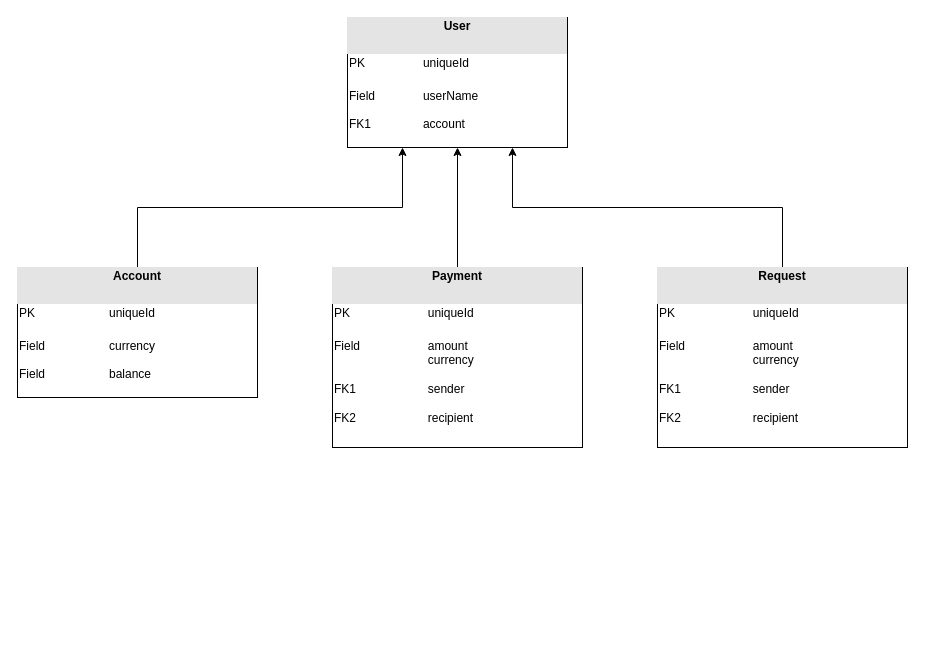
Before: online-payment-system-entity-uml.drawio in samuelwithey/web-apps-services, a draw.io diagram. Source tidied: cells renumbered, new cells numbered last; positions are measured from the earlier drawing's top-left corner, leaving out a move shared by most shapes. Both pictures are drawn from the tidied source at 100%, with x=0, y=0 at pixel (17, 17).
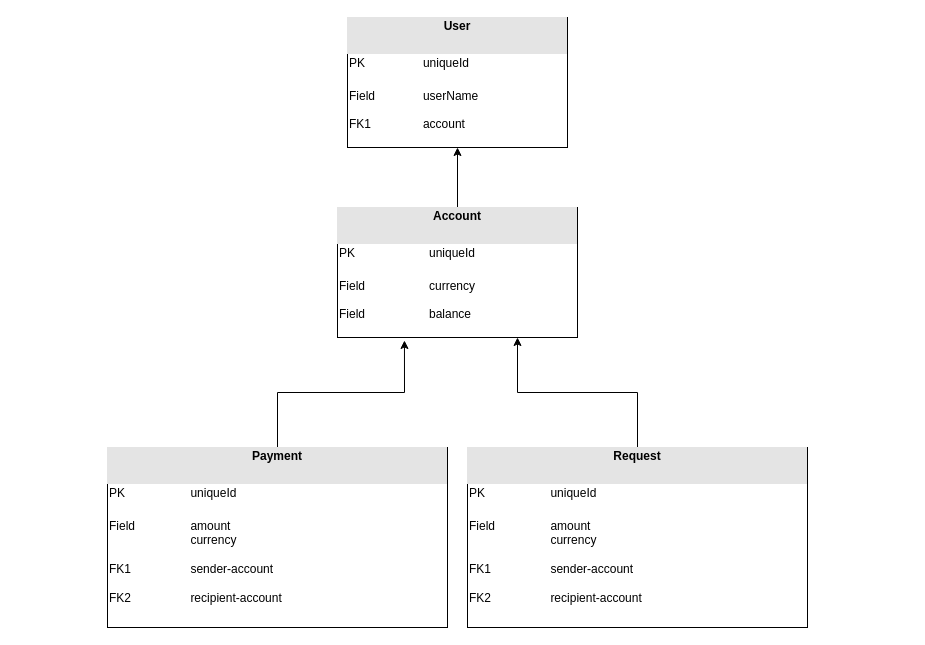
The same page after the edit.

Diff of the diagram source:
```diff
@@
 <mxGraphModel>
   <root>
     <mxCell id="0" />
     <mxCell id="1" parent="0" />
-    <mxCell id="2" style="edgeStyle=orthogonalEdgeStyle;rounded=0;jettySize=auto;html=1;exitX=0.5;exitY=0;exitDx=0;exitDy=0;entryX=0.25;entryY=1;entryDx=0;entryDy=0;" parent="1" edge="1" source="3" target="6">
+    <mxCell id="2" style="edgeStyle=orthogonalEdgeStyle;rounded=0;jettySize=auto;html=1;exitX=0.5;exitY=0;exitDx=0;exitDy=0;entryX=0.5;entryY=1;entryDx=0;entryDy=0;" parent="1" edge="1" source="3" target="6">
       <mxGeometry relative="1" as="geometry" />
     </mxCell>
     <mxCell id="3" value="&lt;div style=&quot;text-align: center ; box-sizing: border-box ; width: 100% ; background: rgb(228 , 228 , 228) ; padding: 2px&quot;&gt;&lt;b&gt;Account&lt;/b&gt;&lt;/div&gt;&lt;div style=&quot;box-sizing: border-box ; width: 100% ; background: #e4e4e4 ; padding: 2px&quot;&gt;&lt;br&gt;&lt;/div&gt;&lt;table style=&quot;width: 100% ; font-size: 1em&quot; cellpadding=&quot;2&quot; cellspacing=&quot;0&quot;&gt;&lt;tbody&gt;&lt;tr&gt;&lt;td&gt;PK&lt;/td&gt;&lt;td&gt;uniqueId&lt;br&gt;&lt;/td&gt;&lt;/tr&gt;&lt;tr&gt;&lt;td&gt;&lt;br&gt;Field&lt;br&gt;&lt;br&gt;Field&lt;/td&gt;&lt;td&gt;&lt;br&gt;currency&lt;br&gt;&lt;br&gt;balance&lt;br&gt;&lt;/td&gt;&lt;/tr&gt;&lt;/tbody&gt;&lt;/table&gt;" style="verticalAlign=top;align=left;overflow=fill;html=1;shadow=0;" parent="1" vertex="1">
-      <mxGeometry y="250" width="240" height="130" as="geometry" />
+      <mxGeometry x="320" y="190" width="240" height="130" as="geometry" />
     </mxCell>
-    <mxCell id="4" style="edgeStyle=orthogonalEdgeStyle;rounded=0;jettySize=auto;html=1;exitX=0.5;exitY=0;exitDx=0;exitDy=0;entryX=0.5;entryY=1;entryDx=0;entryDy=0;" parent="1" edge="1" source="5" target="6">
-      <mxGeometry relative="1" as="geometry" />
-    </mxCell>
+    <mxCell id="9" style="edgeStyle=orthogonalEdgeStyle;rounded=0;jettySize=auto;html=1;exitX=0.5;exitY=0;exitDx=0;exitDy=0;entryX=0.279;entryY=1.023;entryDx=0;entryDy=0;entryPerimeter=0;" parent="1" edge="1" source="5" target="3">
+      <mxGeometry relative="1" as="geometry" />
+    </mxCell>
-    <mxCell id="5" value="&lt;div style=&quot;text-align: center ; box-sizing: border-box ; width: 100% ; background: rgb(228 , 228 , 228) ; padding: 2px&quot;&gt;&lt;b&gt;Payment&lt;/b&gt;&lt;/div&gt;&lt;div style=&quot;box-sizing: border-box ; width: 100% ; background: #e4e4e4 ; padding: 2px&quot;&gt;&lt;br&gt;&lt;/div&gt;&lt;table style=&quot;width: 100% ; font-size: 1em&quot; cellpadding=&quot;2&quot; cellspacing=&quot;0&quot;&gt;&lt;tbody&gt;&lt;tr&gt;&lt;td&gt;PK&lt;/td&gt;&lt;td&gt;uniqueId&lt;br&gt;&lt;/td&gt;&lt;/tr&gt;&lt;tr&gt;&lt;td&gt;&lt;br&gt;Field&lt;br&gt;&lt;br&gt;&lt;br&gt;FK1&lt;br&gt;&lt;br&gt;FK2&lt;/td&gt;&lt;td&gt;&lt;br&gt;amount&lt;br&gt;currency&lt;br&gt;&lt;br&gt;sender&lt;br&gt;&lt;br&gt;recipient&lt;/td&gt;&lt;/tr&gt;&lt;tr&gt;&lt;td&gt;&lt;/td&gt;&lt;td&gt;&lt;br&gt;&lt;/td&gt;&lt;/tr&gt;&lt;/tbody&gt;&lt;/table&gt;" style="verticalAlign=top;align=left;overflow=fill;html=1;shadow=0;" parent="1" vertex="1">
-      <mxGeometry x="315" y="250" width="250" height="180" as="geometry" />
+    <mxCell id="5" value="&lt;div style=&quot;text-align: center ; box-sizing: border-box ; width: 100% ; background: rgb(228 , 228 , 228) ; padding: 2px&quot;&gt;&lt;b&gt;Payment&lt;/b&gt;&lt;/div&gt;&lt;div style=&quot;box-sizing: border-box ; width: 100% ; background: #e4e4e4 ; padding: 2px&quot;&gt;&lt;br&gt;&lt;/div&gt;&lt;table style=&quot;width: 100% ; font-size: 1em&quot; cellpadding=&quot;2&quot; cellspacing=&quot;0&quot;&gt;&lt;tbody&gt;&lt;tr&gt;&lt;td&gt;PK&lt;/td&gt;&lt;td&gt;uniqueId&lt;br&gt;&lt;/td&gt;&lt;/tr&gt;&lt;tr&gt;&lt;td&gt;&lt;br&gt;Field&lt;br&gt;&lt;br&gt;&lt;br&gt;FK1&lt;br&gt;&lt;br&gt;FK2&lt;/td&gt;&lt;td&gt;&lt;br&gt;amount&lt;br&gt;currency&lt;br&gt;&lt;br&gt;sender-account&lt;br&gt;&lt;br&gt;recipient-account&lt;/td&gt;&lt;/tr&gt;&lt;tr&gt;&lt;td&gt;&lt;/td&gt;&lt;td&gt;&lt;br&gt;&lt;/td&gt;&lt;/tr&gt;&lt;/tbody&gt;&lt;/table&gt;" style="verticalAlign=top;align=left;overflow=fill;html=1;shadow=0;" parent="1" vertex="1">
+      <mxGeometry x="90" y="430" width="340" height="180" as="geometry" />
     </mxCell>
     <mxCell id="6" value="&lt;div style=&quot;text-align: center ; box-sizing: border-box ; width: 100% ; background: rgb(228 , 228 , 228) ; padding: 2px&quot;&gt;&lt;b&gt;User&lt;/b&gt;&lt;/div&gt;&lt;div style=&quot;box-sizing: border-box ; width: 100% ; background: #e4e4e4 ; padding: 2px&quot;&gt;&lt;br&gt;&lt;/div&gt;&lt;table style=&quot;width: 100% ; font-size: 1em&quot; cellpadding=&quot;2&quot; cellspacing=&quot;0&quot;&gt;&lt;tbody&gt;&lt;tr&gt;&lt;td&gt;PK&lt;/td&gt;&lt;td&gt;uniqueId&lt;br&gt;&lt;/td&gt;&lt;/tr&gt;&lt;tr&gt;&lt;td&gt;&lt;br&gt;Field&lt;br&gt;&lt;br&gt;FK1&lt;/td&gt;&lt;td&gt;&lt;br&gt;userName&lt;br&gt;&lt;br&gt;account&lt;/td&gt;&lt;/tr&gt;&lt;tr&gt;&lt;td&gt;&lt;/td&gt;&lt;td&gt;&lt;br&gt;&lt;/td&gt;&lt;/tr&gt;&lt;/tbody&gt;&lt;/table&gt;" style="verticalAlign=top;align=left;overflow=fill;html=1;shadow=0;" parent="1" vertex="1">
       <mxGeometry x="330" width="220" height="130" as="geometry" />
     </mxCell>
-    <mxCell id="7" style="edgeStyle=orthogonalEdgeStyle;rounded=0;jettySize=auto;html=1;exitX=0.5;exitY=0;exitDx=0;exitDy=0;entryX=0.75;entryY=1;entryDx=0;entryDy=0;" parent="1" edge="1" source="8" target="6">
-      <mxGeometry relative="1" as="geometry" />
-    </mxCell>
-    <mxCell id="8" value="&lt;div style=&quot;text-align: center ; box-sizing: border-box ; width: 100% ; background: rgb(228 , 228 , 228) ; padding: 2px&quot;&gt;&lt;b&gt;Request&lt;/b&gt;&lt;/div&gt;&lt;div style=&quot;box-sizing: border-box ; width: 100% ; background: #e4e4e4 ; padding: 2px&quot;&gt;&lt;br&gt;&lt;/div&gt;&lt;table style=&quot;width: 100% ; font-size: 1em&quot; cellpadding=&quot;2&quot; cellspacing=&quot;0&quot;&gt;&lt;tbody&gt;&lt;tr&gt;&lt;td&gt;PK&lt;/td&gt;&lt;td&gt;uniqueId&lt;br&gt;&lt;/td&gt;&lt;/tr&gt;&lt;tr&gt;&lt;td&gt;&lt;br&gt;Field&lt;br&gt;&lt;br&gt;&lt;br&gt;FK1&lt;br&gt;&lt;br&gt;FK2&lt;/td&gt;&lt;td&gt;&lt;br&gt;amount&lt;br&gt;currency&lt;br&gt;&lt;br&gt;sender&lt;br&gt;&lt;br&gt;recipient&lt;/td&gt;&lt;/tr&gt;&lt;tr&gt;&lt;td&gt;&lt;/td&gt;&lt;td&gt;&lt;br&gt;&lt;/td&gt;&lt;/tr&gt;&lt;/tbody&gt;&lt;/table&gt;" style="verticalAlign=top;align=left;overflow=fill;html=1;shadow=0;" parent="1" vertex="1">
-      <mxGeometry x="640" y="250" width="250" height="180" as="geometry" />
-    </mxCell>
+    <mxCell id="10" style="edgeStyle=orthogonalEdgeStyle;rounded=0;jettySize=auto;html=1;exitX=0.5;exitY=0;exitDx=0;exitDy=0;entryX=0.75;entryY=1;entryDx=0;entryDy=0;" parent="1" edge="1" source="11" target="3">
+      <mxGeometry relative="1" as="geometry" />
+    </mxCell>
+    <mxCell id="11" value="&lt;div style=&quot;text-align: center ; box-sizing: border-box ; width: 100% ; background: rgb(228 , 228 , 228) ; padding: 2px&quot;&gt;&lt;b&gt;Request&lt;/b&gt;&lt;/div&gt;&lt;div style=&quot;box-sizing: border-box ; width: 100% ; background: #e4e4e4 ; padding: 2px&quot;&gt;&lt;br&gt;&lt;/div&gt;&lt;table style=&quot;width: 100% ; font-size: 1em&quot; cellpadding=&quot;2&quot; cellspacing=&quot;0&quot;&gt;&lt;tbody&gt;&lt;tr&gt;&lt;td&gt;PK&lt;/td&gt;&lt;td&gt;uniqueId&lt;br&gt;&lt;/td&gt;&lt;/tr&gt;&lt;tr&gt;&lt;td&gt;&lt;br&gt;Field&lt;br&gt;&lt;br&gt;&lt;br&gt;FK1&lt;br&gt;&lt;br&gt;FK2&lt;/td&gt;&lt;td&gt;&lt;br&gt;amount&lt;br&gt;currency&lt;br&gt;&lt;br&gt;sender-account&lt;br&gt;&lt;br&gt;recipient-account&lt;/td&gt;&lt;/tr&gt;&lt;tr&gt;&lt;td&gt;&lt;/td&gt;&lt;td&gt;&lt;br&gt;&lt;/td&gt;&lt;/tr&gt;&lt;/tbody&gt;&lt;/table&gt;" style="verticalAlign=top;align=left;overflow=fill;html=1;shadow=0;" parent="1" vertex="1">
+      <mxGeometry x="450" y="430" width="340" height="180" as="geometry" />
+    </mxCell>
   </root>
 </mxGraphModel>
```
